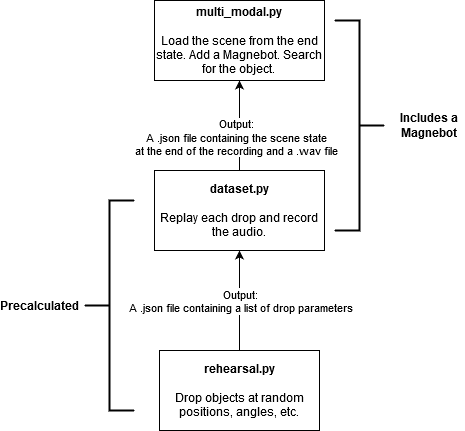
alters-mit/multimodal_challenge keeps this draw.io diagram as doc/images/dataset.png. Above is the earlier version. Source tidied: cells renumbered, new cells last; positions are measured from the earlier drawing's top-left corner, leaving out a move shared by most shapes. The source it was exported from:
```xml
<mxGraphModel>
  <root>
    <mxCell id="0" />
    <mxCell id="1" parent="0" />
    <mxCell id="2" style="edgeStyle=orthogonalEdgeStyle;rounded=0;jettySize=auto;html=1;" parent="1" edge="1" source="4" target="7">
      <mxGeometry relative="1" as="geometry" />
    </mxCell>
    <mxCell id="3" value="&lt;div&gt;Output:&lt;/div&gt;&lt;div&gt;A .json file containing a list of drop parameters&lt;br&gt;&lt;/div&gt;" style="edgeLabel;html=1;align=center;verticalAlign=middle;" parent="2" vertex="1">
      <mxGeometry x="0.3" relative="1" as="geometry">
        <mxPoint y="15" as="offset" />
      </mxGeometry>
    </mxCell>
    <mxCell id="4" value="&lt;div&gt;&lt;b&gt;&lt;font style=&quot;font-size: 12px&quot;&gt;rehearsal.py&lt;/font&gt;&lt;/b&gt;&lt;/div&gt;&lt;div&gt;&lt;b&gt;&lt;font style=&quot;font-size: 12px&quot;&gt;&lt;br&gt;&lt;/font&gt;&lt;/b&gt;&lt;/div&gt;&lt;div&gt;&lt;font style=&quot;font-size: 12px&quot;&gt;Drop objects at random positions, angles, etc.&lt;br&gt;&lt;/font&gt;&lt;/div&gt;" style="rounded=0;whiteSpace=wrap;html=1;" parent="1" vertex="1">
      <mxGeometry x="155" y="350" width="160" height="80" as="geometry" />
    </mxCell>
    <mxCell id="5" style="edgeStyle=orthogonalEdgeStyle;rounded=0;jettySize=auto;html=1;" parent="1" edge="1" source="7" target="8">
      <mxGeometry relative="1" as="geometry" />
    </mxCell>
    <mxCell id="6" value="&lt;div&gt;Output: &lt;br&gt;&lt;/div&gt;&lt;div&gt;A .json file containing the scene state &lt;br&gt;&lt;/div&gt;&lt;div&gt;at the end of the recording and a .wav file&lt;/div&gt;" style="edgeLabel;html=1;align=center;verticalAlign=middle;" parent="5" vertex="1">
      <mxGeometry x="-0.24" y="4" relative="1" as="geometry" />
    </mxCell>
    <mxCell id="7" value="&lt;div&gt;&lt;b&gt;dataset.py&lt;/b&gt;&lt;/div&gt;&lt;div&gt;&lt;b&gt;&lt;br&gt;&lt;/b&gt;&lt;/div&gt;&lt;div&gt;Replay each drop and record the audio.&lt;br&gt;&lt;/div&gt;" style="whiteSpace=wrap;html=1;rounded=0;" parent="1" vertex="1">
      <mxGeometry x="150" y="170" width="170" height="80" as="geometry" />
    </mxCell>
    <mxCell id="8" value="&lt;div&gt;&lt;b&gt;multi_modal.py&lt;/b&gt;&lt;/div&gt;&lt;div&gt;&lt;b&gt;&lt;br&gt;&lt;/b&gt;&lt;/div&gt;&lt;div&gt;Load the scene from the end state. Add a Magnebot. Search for the object. &lt;br&gt;&lt;b&gt;&lt;/b&gt;&lt;/div&gt;" style="whiteSpace=wrap;html=1;rounded=0;" parent="1" vertex="1">
      <mxGeometry x="150" width="170" height="80" as="geometry" />
    </mxCell>
    <mxCell id="9" style="strokeWidth=2;html=1;shape=mxgraph.flowchart.annotation_2;align=left;labelPosition=right;" parent="1" vertex="1">
      <mxGeometry x="80" y="200" width="50" height="210" as="geometry" />
    </mxCell>
    <mxCell id="10" value="Precalculated" style="text;html=1;strokeColor=none;fillColor=none;align=center;verticalAlign=middle;whiteSpace=wrap;rounded=0;fontStyle=1;" parent="1" vertex="1">
      <mxGeometry y="295" width="70" height="20" as="geometry" />
    </mxCell>
    <mxCell id="11" style="strokeWidth=2;html=1;shape=mxgraph.flowchart.annotation_2;align=left;labelPosition=right;rotation=-180;" parent="1" vertex="1">
      <mxGeometry x="330" y="20" width="50" height="210" as="geometry" />
    </mxCell>
    <mxCell id="12" value="Includes a Magnebot" style="text;html=1;strokeColor=none;fillColor=none;align=center;verticalAlign=middle;whiteSpace=wrap;rounded=0;fontStyle=1;" parent="1" vertex="1">
      <mxGeometry x="390" y="115" width="70" height="20" as="geometry" />
    </mxCell>
  </root>
</mxGraphModel>
```
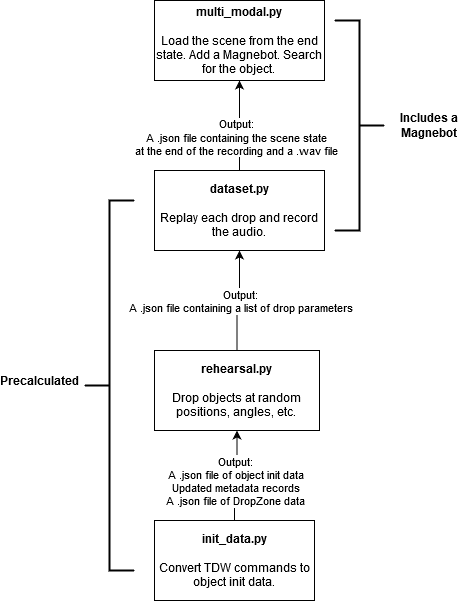
The same file after the commit.

What changed in the source:
```diff
@@ -11,7 +11,7 @@
       </mxGeometry>
     </mxCell>
     <mxCell id="4" value="&lt;div&gt;&lt;b&gt;&lt;font style=&quot;font-size: 12px&quot;&gt;rehearsal.py&lt;/font&gt;&lt;/b&gt;&lt;/div&gt;&lt;div&gt;&lt;b&gt;&lt;font style=&quot;font-size: 12px&quot;&gt;&lt;br&gt;&lt;/font&gt;&lt;/b&gt;&lt;/div&gt;&lt;div&gt;&lt;font style=&quot;font-size: 12px&quot;&gt;Drop objects at random positions, angles, etc.&lt;br&gt;&lt;/font&gt;&lt;/div&gt;" style="rounded=0;whiteSpace=wrap;html=1;" parent="1" vertex="1">
-      <mxGeometry x="155" y="350" width="160" height="80" as="geometry" />
+      <mxGeometry x="150" y="350" width="165" height="80" as="geometry" />
     </mxCell>
     <mxCell id="5" style="edgeStyle=orthogonalEdgeStyle;rounded=0;jettySize=auto;html=1;" parent="1" edge="1" source="7" target="8">
       <mxGeometry relative="1" as="geometry" />
@@ -26,10 +26,10 @@
       <mxGeometry x="150" width="170" height="80" as="geometry" />
     </mxCell>
     <mxCell id="9" style="strokeWidth=2;html=1;shape=mxgraph.flowchart.annotation_2;align=left;labelPosition=right;" parent="1" vertex="1">
-      <mxGeometry x="80" y="200" width="50" height="210" as="geometry" />
+      <mxGeometry x="80" y="200" width="50" height="370" as="geometry" />
     </mxCell>
     <mxCell id="10" value="Precalculated" style="text;html=1;strokeColor=none;fillColor=none;align=center;verticalAlign=middle;whiteSpace=wrap;rounded=0;fontStyle=1;" parent="1" vertex="1">
-      <mxGeometry y="295" width="70" height="20" as="geometry" />
+      <mxGeometry y="370" width="70" height="20" as="geometry" />
     </mxCell>
     <mxCell id="11" style="strokeWidth=2;html=1;shape=mxgraph.flowchart.annotation_2;align=left;labelPosition=right;rotation=-180;" parent="1" vertex="1">
       <mxGeometry x="330" y="20" width="50" height="210" as="geometry" />
@@ -37,5 +37,16 @@
     <mxCell id="12" value="Includes a Magnebot" style="text;html=1;strokeColor=none;fillColor=none;align=center;verticalAlign=middle;whiteSpace=wrap;rounded=0;fontStyle=1;" parent="1" vertex="1">
       <mxGeometry x="390" y="115" width="70" height="20" as="geometry" />
     </mxCell>
+    <mxCell id="13" style="edgeStyle=orthogonalEdgeStyle;rounded=0;jettySize=auto;html=1;exitX=0.5;exitY=0;exitDx=0;exitDy=0;entryX=0.5;entryY=1;entryDx=0;entryDy=0;" parent="1" edge="1" source="15" target="4">
+      <mxGeometry relative="1" as="geometry" />
+    </mxCell>
+    <mxCell id="14" value="&lt;div&gt;Output:&lt;/div&gt;&lt;div&gt;A .json file of object init data&lt;/div&gt;&lt;div&gt;Updated metadata records&lt;/div&gt;&lt;div&gt;A .json file of DropZone data&lt;br&gt;&lt;/div&gt;" style="edgeLabel;html=1;align=center;verticalAlign=middle;" parent="13" vertex="1">
+      <mxGeometry x="0.28" y="4" relative="1" as="geometry">
+        <mxPoint x="1.5" y="17" as="offset" />
+      </mxGeometry>
+    </mxCell>
+    <mxCell id="15" value="&lt;div&gt;&lt;b&gt;&lt;font style=&quot;font-size: 12px&quot;&gt;init_data.py&lt;/font&gt;&lt;/b&gt;&lt;/div&gt;&lt;div&gt;&lt;b&gt;&lt;font style=&quot;font-size: 12px&quot;&gt;&lt;br&gt;&lt;/font&gt;&lt;/b&gt;&lt;/div&gt;&lt;div&gt;&lt;font style=&quot;font-size: 12px&quot;&gt;Convert TDW commands to object init data.&lt;br&gt;&lt;/font&gt;&lt;/div&gt;" style="rounded=0;whiteSpace=wrap;html=1;" parent="1" vertex="1">
+      <mxGeometry x="150" y="520" width="160" height="80" as="geometry" />
+    </mxCell>
   </root>
 </mxGraphModel>
```
